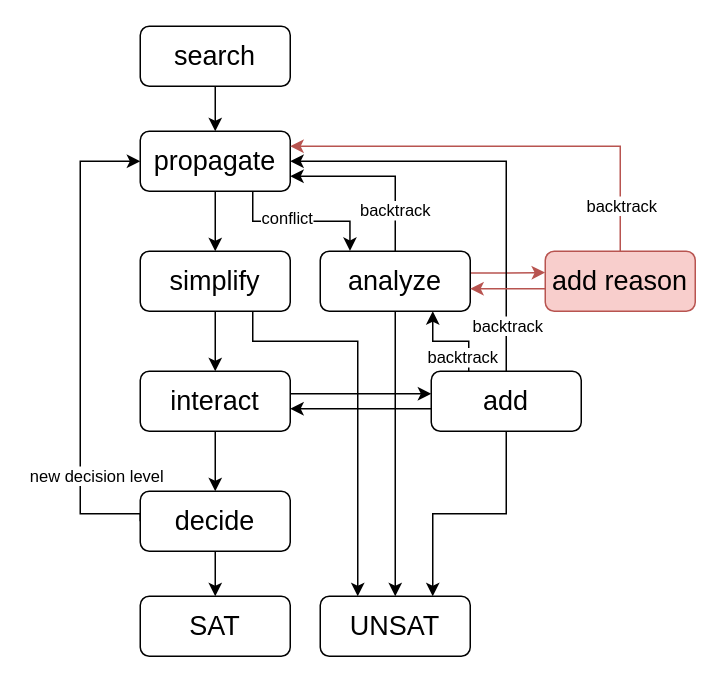
Above: figure/analyze.drawio in hchenqide/Thesis (draw.io), before the change. Source tidied: cells renumbered, new cells numbered last; positions are measured from the earlier drawing's top-left corner, leaving out a move shared by most shapes. Both pictures are drawn from the tidied source at 150%, with x=0, y=0 at pixel (80, 26).
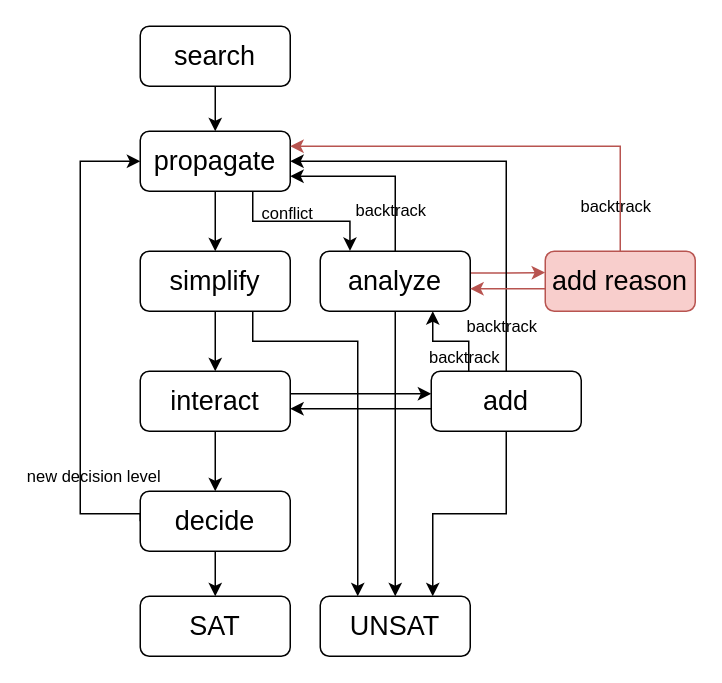
Above is the later version.

Unchanged cells that the change refers to:
```xml
<mxCell id="5" style="edgeStyle=orthogonalEdgeStyle;rounded=0;jettySize=auto;html=1;exitX=0.75;exitY=1;exitDx=0;exitDy=0;entryX=0.198;entryY=-0.006;entryDx=0;entryDy=0;entryPerimeter=0;" parent="1" edge="1" source="7" target="12">
  <mxGeometry relative="1" as="geometry" />
</mxCell>
<mxCell id="9" style="edgeStyle=orthogonalEdgeStyle;rounded=0;jettySize=auto;html=1;exitX=0.5;exitY=0;exitDx=0;exitDy=0;entryX=1;entryY=0.75;entryDx=0;entryDy=0;" parent="1" edge="1" source="12" target="7">
  <mxGeometry relative="1" as="geometry">
    <Array as="points">
      <mxPoint x="210" y="100" />
    </Array>
  </mxGeometry>
</mxCell>
<mxCell id="19" style="edgeStyle=orthogonalEdgeStyle;rounded=0;jettySize=auto;html=1;exitX=0;exitY=0.5;exitDx=0;exitDy=0;entryX=0;entryY=0.5;entryDx=0;entryDy=0;" parent="1" edge="1" source="21" target="7">
  <mxGeometry relative="1" as="geometry">
    <Array as="points">
      <mxPoint y="325" />
      <mxPoint y="90" />
    </Array>
  </mxGeometry>
</mxCell>
<mxCell id="26" style="edgeStyle=orthogonalEdgeStyle;rounded=0;jettySize=auto;html=1;exitX=0.25;exitY=0;exitDx=0;exitDy=0;entryX=0.75;entryY=1;entryDx=0;entryDy=0;fillColor=#f8cecc;strokeColor=#000000;" parent="1" edge="1" source="32" target="12">
  <mxGeometry relative="1" as="geometry" />
</mxCell>
<mxCell id="28" style="edgeStyle=orthogonalEdgeStyle;rounded=0;jettySize=auto;html=1;exitX=0.5;exitY=0;exitDx=0;exitDy=0;entryX=1;entryY=0.5;entryDx=0;entryDy=0;fillColor=#f8cecc;strokeColor=#000000;" parent="1" edge="1" source="32" target="7">
  <mxGeometry relative="1" as="geometry" />
</mxCell>
<mxCell id="34" style="edgeStyle=orthogonalEdgeStyle;rounded=0;jettySize=auto;html=1;exitX=0.5;exitY=0;exitDx=0;exitDy=0;entryX=1;entryY=0.25;entryDx=0;entryDy=0;fillColor=#f8cecc;strokeColor=#b85450;" parent="1" edge="1" source="36" target="7">
  <mxGeometry relative="1" as="geometry" />
</mxCell>
```

The edit, as a diff of the source:
```diff
@@
-    <mxCell id="6" value="conflict" style="edgeLabel;html=1;align=center;verticalAlign=middle;" parent="5" vertex="1">
-      <mxGeometry x="-0.19" y="3" relative="1" as="geometry" />
+    <mxCell id="6" value="conflict" style="edgeLabel;html=1;align=center;verticalAlign=middle;labelBackgroundColor=none;" parent="5" vertex="1">
+      <mxGeometry x="-0.19" y="3" relative="1" as="geometry">
+        <mxPoint y="-3" as="offset" />
+      </mxGeometry>
     </mxCell>
@@
-    <mxCell id="10" value="backtrack" style="edgeLabel;html=1;align=center;verticalAlign=middle;" parent="9" vertex="1">
+    <mxCell id="10" value="backtrack" style="edgeLabel;html=1;align=center;verticalAlign=middle;labelBackgroundColor=none;" parent="9" vertex="1">
       <mxGeometry x="-0.54" y="3" relative="1" as="geometry">
-        <mxPoint x="2" as="offset" />
+        <mxPoint x="-1" as="offset" />
       </mxGeometry>
     </mxCell>
@@
-    <mxCell id="20" value="new decision level" style="edgeLabel;html=1;align=center;verticalAlign=middle;" parent="19" vertex="1">
+    <mxCell id="20" value="new decision level" style="edgeLabel;html=1;align=center;verticalAlign=middle;labelBackgroundColor=none;" parent="19" vertex="1">
       <mxGeometry x="-0.6" y="2" relative="1" as="geometry">
-        <mxPoint x="12" y="-7" as="offset" />
+        <mxPoint x="10" y="-7" as="offset" />
       </mxGeometry>
     </mxCell>
@@
-    <mxCell id="27" value="backtrack" style="edgeLabel;html=1;align=center;verticalAlign=middle;" parent="26" vertex="1">
+    <mxCell id="27" value="backtrack" style="edgeLabel;html=1;align=center;verticalAlign=middle;labelBackgroundColor=none;" parent="26" vertex="1">
       <mxGeometry x="-0.75" y="2" relative="1" as="geometry">
-        <mxPoint x="-3" y="-2" as="offset" />
+        <mxPoint x="-2" y="-2" as="offset" />
       </mxGeometry>
     </mxCell>
@@
-    <mxCell id="30" value="backtrack" style="edgeLabel;html=1;align=center;verticalAlign=middle;" parent="28" vertex="1">
+    <mxCell id="30" value="backtrack" style="edgeLabel;html=1;align=center;verticalAlign=middle;labelBackgroundColor=none;" parent="28" vertex="1">
       <mxGeometry x="-0.84" relative="1" as="geometry">
-        <mxPoint y="-8" as="offset" />
+        <mxPoint x="-4" y="-8" as="offset" />
       </mxGeometry>
     </mxCell>
@@
-    <mxCell id="35" value="backtrack" style="edgeLabel;html=1;align=center;verticalAlign=middle;" parent="34" vertex="1">
+    <mxCell id="35" value="backtrack" style="edgeLabel;html=1;align=center;verticalAlign=middle;labelBackgroundColor=none;" parent="34" vertex="1">
       <mxGeometry x="-0.82" y="1" relative="1" as="geometry">
-        <mxPoint x="1" y="-5" as="offset" />
+        <mxPoint x="-3" y="-5" as="offset" />
       </mxGeometry>
     </mxCell>
```
